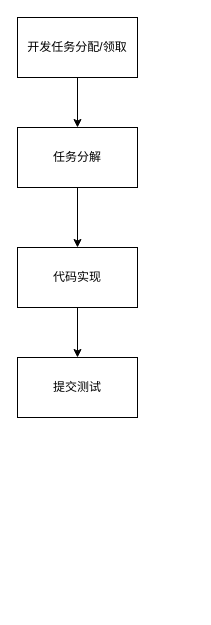
Above: page "开发阶段" (3 of 6) of 开发制度关键流程.drawio in mashifei/uml (draw.io), before the change. Source tidied: cells renumbered, new cells numbered last; positions are measured from the earlier drawing's top-left corner, leaving out a move shared by most shapes. Both pictures are drawn from the tidied source at 100%, with x=0, y=0 at pixel (17, 17).
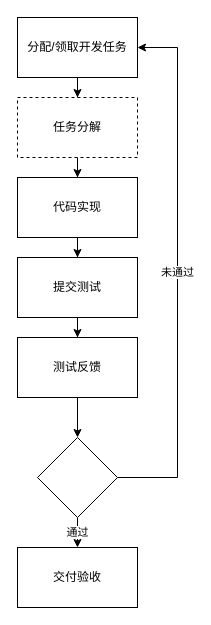
The same diagram, later.

Change to the diagram source:
```diff
@@
 <mxGraphModel>
   <root>
     <mxCell id="0" />
     <mxCell id="1" parent="0" />
     <mxCell id="2" style="edgeStyle=orthogonalEdgeStyle;rounded=0;jettySize=auto;html=1;entryX=0.5;entryY=0;entryDx=0;entryDy=0;" parent="1" edge="1" source="3" target="5">
       <mxGeometry relative="1" as="geometry" />
     </mxCell>
-    <mxCell id="3" value="开发任务分配/领取" style="rounded=0;whiteSpace=wrap;html=1;" parent="1" vertex="1">
+    <mxCell id="3" value="分配/领取开发任务" style="rounded=0;whiteSpace=wrap;html=1;" parent="1" vertex="1">
       <mxGeometry width="120" height="60" as="geometry" />
     </mxCell>
     <mxCell id="4" style="edgeStyle=orthogonalEdgeStyle;rounded=0;jettySize=auto;html=1;entryX=0.5;entryY=0;entryDx=0;entryDy=0;" parent="1" edge="1" source="5" target="7">
       <mxGeometry relative="1" as="geometry" />
     </mxCell>
-    <mxCell id="5" value="任务分解" style="rounded=0;whiteSpace=wrap;html=1;" parent="1" vertex="1">
-      <mxGeometry y="110" width="120" height="60" as="geometry" />
+    <mxCell id="5" value="任务分解" style="rounded=0;whiteSpace=wrap;html=1;dashed=1;" parent="1" vertex="1">
+      <mxGeometry y="80" width="120" height="60" as="geometry" />
     </mxCell>
     <mxCell id="6" style="edgeStyle=orthogonalEdgeStyle;rounded=0;jettySize=auto;html=1;entryX=0.5;entryY=0;entryDx=0;entryDy=0;" parent="1" edge="1" source="7" target="8">
       <mxGeometry relative="1" as="geometry" />
     </mxCell>
     <mxCell id="7" value="代码实现" style="rounded=0;whiteSpace=wrap;html=1;" parent="1" vertex="1">
-      <mxGeometry y="230" width="120" height="60" as="geometry" />
+      <mxGeometry y="160" width="120" height="60" as="geometry" />
     </mxCell>
+    <mxCell id="9" style="edgeStyle=orthogonalEdgeStyle;rounded=0;jettySize=auto;html=1;entryX=0.5;entryY=0;entryDx=0;entryDy=0;" parent="1" edge="1" source="8" target="11">
+      <mxGeometry relative="1" as="geometry" />
+    </mxCell>
     <mxCell id="8" value="提交测试" style="rounded=0;whiteSpace=wrap;html=1;" parent="1" vertex="1">
-      <mxGeometry y="340" width="120" height="60" as="geometry" />
+      <mxGeometry y="240" width="120" height="60" as="geometry" />
     </mxCell>
+    <mxCell id="10" style="edgeStyle=orthogonalEdgeStyle;rounded=0;jettySize=auto;html=1;entryX=0.5;entryY=0;entryDx=0;entryDy=0;" parent="1" edge="1" source="11" target="14">
+      <mxGeometry relative="1" as="geometry" />
+    </mxCell>
+    <mxCell id="11" value="测试反馈" style="rounded=0;whiteSpace=wrap;html=1;" parent="1" vertex="1">
+      <mxGeometry y="320" width="120" height="60" as="geometry" />
+    </mxCell>
+    <mxCell id="12" value="未通过" style="edgeStyle=orthogonalEdgeStyle;rounded=0;jettySize=auto;html=1;entryX=1;entryY=0.5;entryDx=0;entryDy=0;" parent="1" edge="1" source="14" target="3">
+      <mxGeometry relative="1" as="geometry">
+        <Array as="points">
+          <mxPoint x="160" y="460" />
+          <mxPoint x="160" y="30" />
+        </Array>
+      </mxGeometry>
+    </mxCell>
+    <mxCell id="13" value="通过" style="edgeStyle=orthogonalEdgeStyle;rounded=0;jettySize=auto;html=1;" parent="1" edge="1" source="14">
+      <mxGeometry relative="1" as="geometry">
+        <mxPoint x="60" y="530" as="targetPoint" />
+      </mxGeometry>
+    </mxCell>
+    <mxCell id="14" style="rhombus;whiteSpace=wrap;html=1;" parent="1" vertex="1">
+      <mxGeometry x="20" y="420" width="80" height="80" as="geometry" />
+    </mxCell>
+    <mxCell id="15" value="交付验收" style="rounded=0;whiteSpace=wrap;html=1;" parent="1" vertex="1">
+      <mxGeometry y="530" width="120" height="60" as="geometry" />
+    </mxCell>
   </root>
 </mxGraphModel>
```
